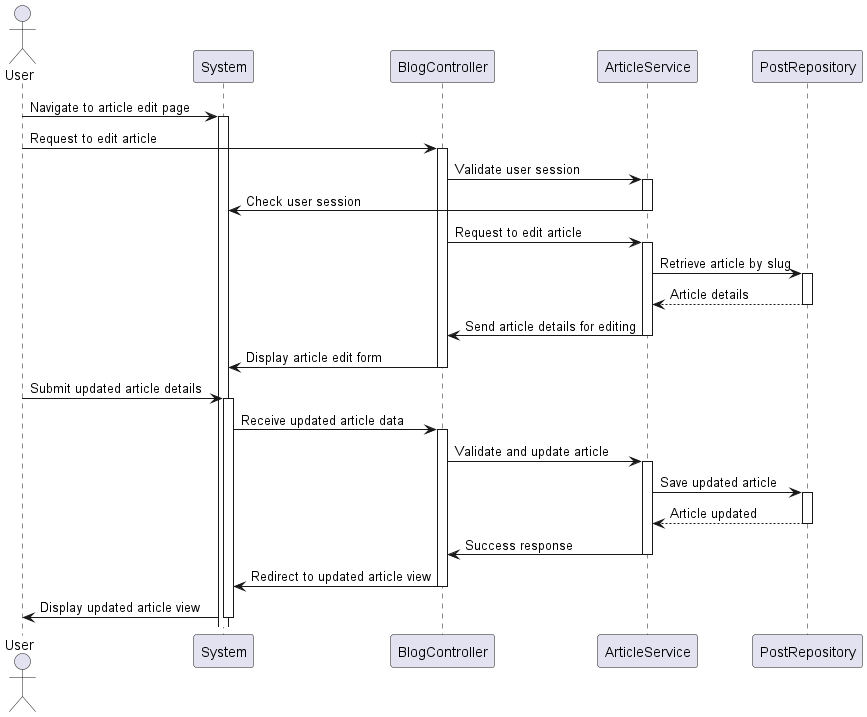
Before: diagrammes/diagrammes de séquences/edit_article.png, a diagram exported from PlantUML (Waarrez/Blog-PHP-Projet-Openclassrooms). Source of this version:
```plantuml
@startuml

actor User as User
participant "System" as System
participant BlogController as Controller
participant ArticleService as ArticleService
participant PostRepository as PostRepo

User -> System: Navigate to article edit page
activate System

User -> Controller: Request to edit article
activate Controller

Controller -> ArticleService: Validate user session
activate ArticleService

ArticleService -> System: Check user session
deactivate ArticleService

Controller -> ArticleService: Request to edit article
activate ArticleService

ArticleService -> PostRepo: Retrieve article by slug
activate PostRepo
PostRepo --> ArticleService: Article details
deactivate PostRepo

ArticleService -> Controller: Send article details for editing
deactivate ArticleService

Controller -> System: Display article edit form
deactivate Controller

User -> System: Submit updated article details
activate System

System -> Controller: Receive updated article data
activate Controller

Controller -> ArticleService: Validate and update article
activate ArticleService

ArticleService -> PostRepo: Save updated article
activate PostRepo
PostRepo --> ArticleService: Article updated
deactivate PostRepo

ArticleService -> Controller: Success response
deactivate ArticleService

Controller -> System: Redirect to updated article view
deactivate Controller

System -> User: Display updated article view

deactivate System
@enduml
```
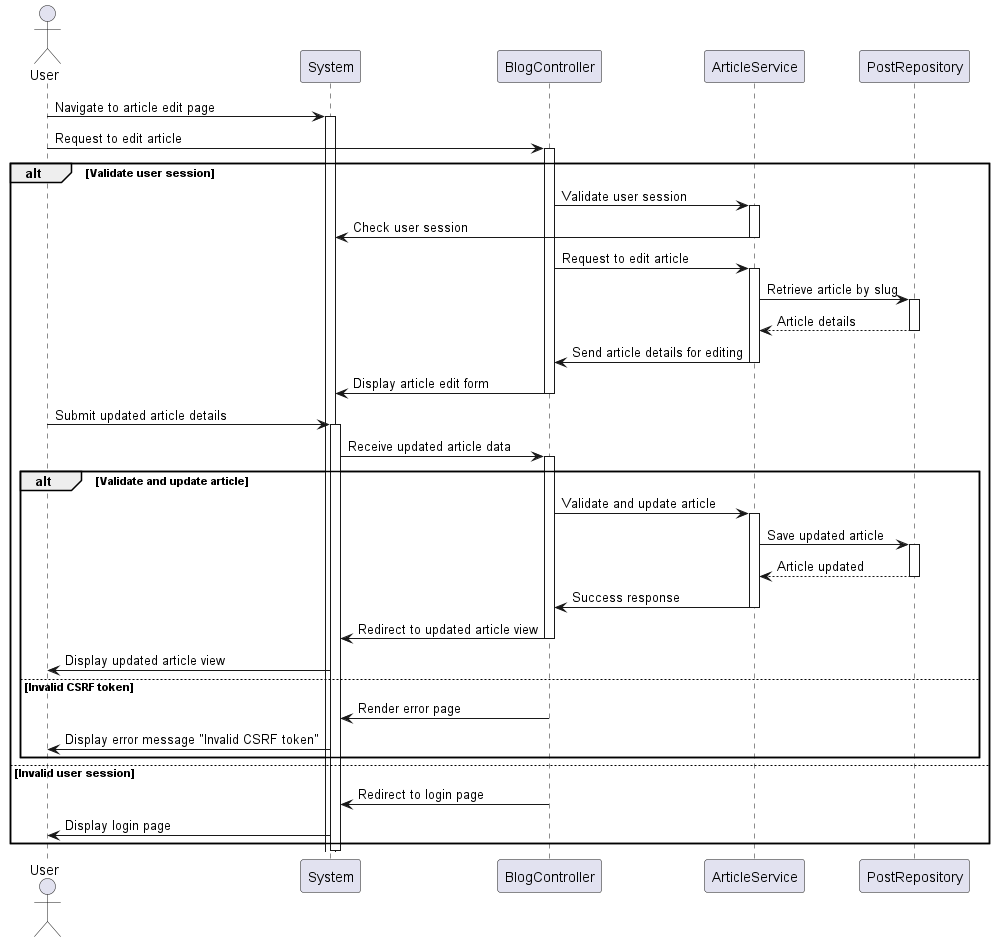
Later version of the same file.

Diff of the diagram source:
```diff
@@ -12,47 +12,62 @@
 User -> Controller: Request to edit article
 activate Controller
 
-Controller -> ArticleService: Validate user session
-activate ArticleService
+alt Validate user session
+    Controller -> ArticleService: Validate user session
+    activate ArticleService
 
-ArticleService -> System: Check user session
-deactivate ArticleService
+    ArticleService -> System: Check user session
+    deactivate ArticleService
 
-Controller -> ArticleService: Request to edit article
-activate ArticleService
+    Controller -> ArticleService: Request to edit article
+    activate ArticleService
 
-ArticleService -> PostRepo: Retrieve article by slug
-activate PostRepo
-PostRepo --> ArticleService: Article details
-deactivate PostRepo
+    ArticleService -> PostRepo: Retrieve article by slug
+    activate PostRepo
+    PostRepo --> ArticleService: Article details
+    deactivate PostRepo
 
-ArticleService -> Controller: Send article details for editing
-deactivate ArticleService
+    ArticleService -> Controller: Send article details for editing
+    deactivate ArticleService
 
-Controller -> System: Display article edit form
-deactivate Controller
+    Controller -> System: Display article edit form
+    deactivate Controller
 
-User -> System: Submit updated article details
-activate System
+    User -> System: Submit updated article details
+    activate System
 
-System -> Controller: Receive updated article data
-activate Controller
+    System -> Controller: Receive updated article data
+    activate Controller
 
-Controller -> ArticleService: Validate and update article
-activate ArticleService
+    alt Validate and update article
+        Controller -> ArticleService: Validate and update article
+        activate ArticleService
 
-ArticleService -> PostRepo: Save updated article
-activate PostRepo
-PostRepo --> ArticleService: Article updated
-deactivate PostRepo
+        ArticleService -> PostRepo: Save updated article
+        activate PostRepo
+        PostRepo --> ArticleService: Article updated
+        deactivate PostRepo
 
-ArticleService -> Controller: Success response
-deactivate ArticleService
+        ArticleService -> Controller: Success response
+        deactivate ArticleService
 
-Controller -> System: Redirect to updated article view
-deactivate Controller
+        Controller -> System: Redirect to updated article view
+        deactivate Controller
 
-System -> User: Display updated article view
+        System -> User: Display updated article view
+    else Invalid CSRF token
+        Controller -> System: Render error page
+        deactivate Controller
+
+        System -> User: Display error message "Invalid CSRF token"
+    end
+else Invalid user session
+    Controller -> System: Redirect to login page
+    deactivate Controller
+
+    System -> User: Display login page
+end
 
 deactivate System
+
 @enduml
```
